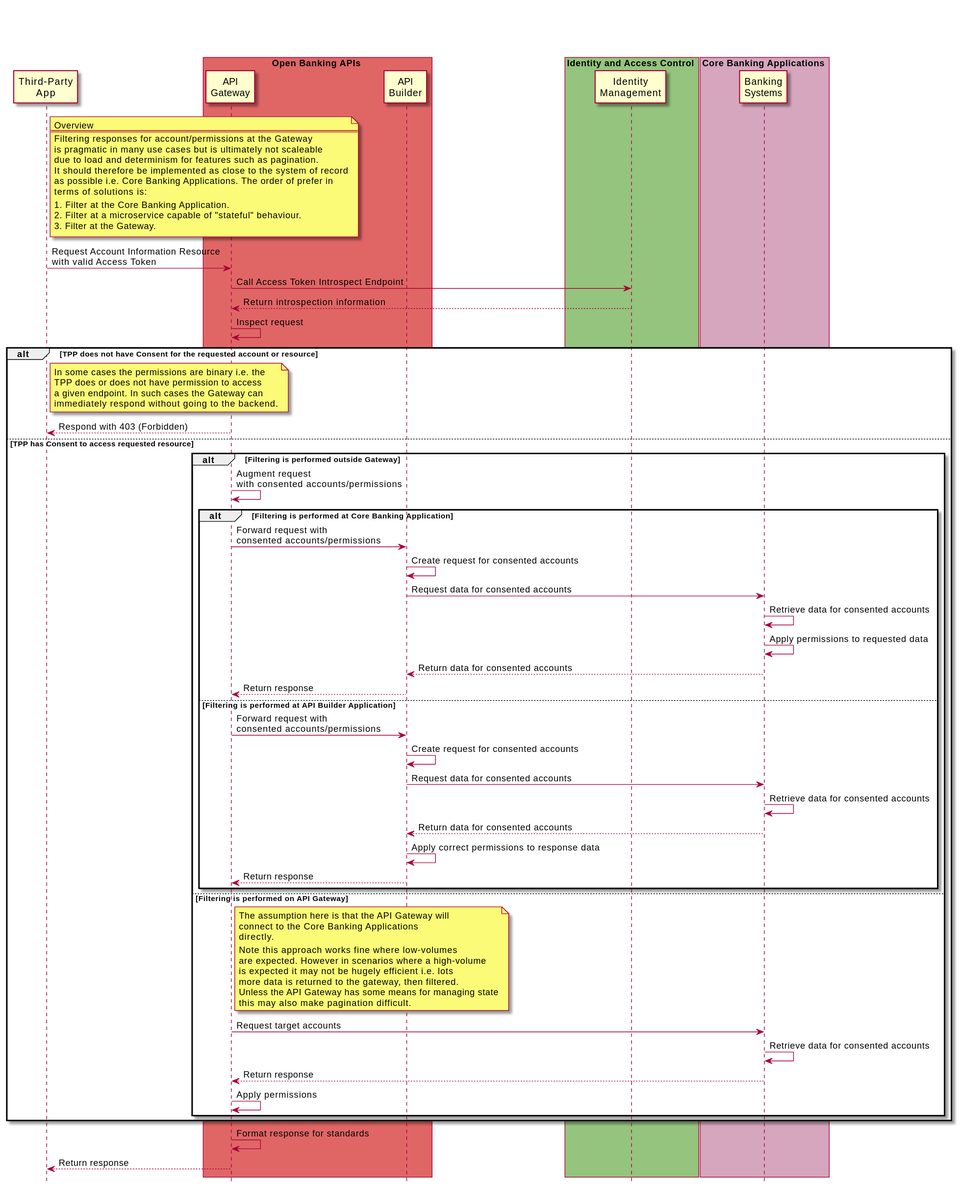
This is static/Images/Applying_Consent_Sequence.svg from Axway/open-banking-docs, a PlantUML export, as it was before one commit.
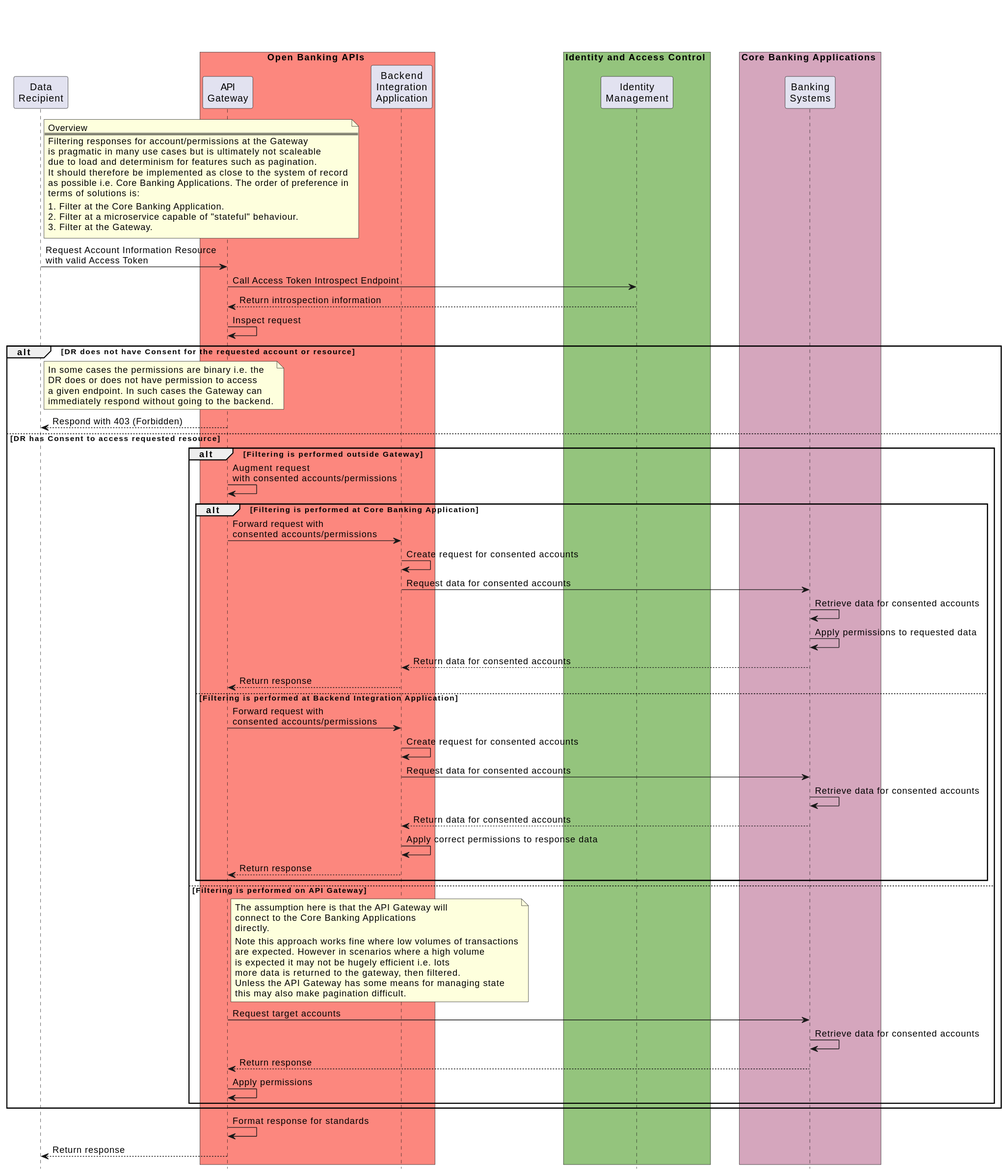
The same file after the commit.

Diff of the diagram source:
```diff
@@ -2,11 +2,11 @@
 
 title \n\n
 
-participant "Third-Party\nApp" as TPP
+participant "Data\nRecipient" as DR
 
-box Open Banking APIs #e06666
+box Open Banking APIs #fc877e
 participant "API\nGateway" as API_GATEWAY
-participant "API\nBuilder" as API_BUILDER
+participant "Backend\nIntegration\nApplication" as BIA
 end box
 
 box Identity and Access Control #94c47d
@@ -19,15 +19,16 @@
 
 hide footbox
 
+skinparam BoxPadding 20
 
-note right of TPP
+note right of DR
 Overview
 ===
 Filtering responses for account/permissions at the Gateway
 is pragmatic in many use cases but is ultimately not scaleable
 due to load and determinism for features such as pagination.
 It should therefore be implemented as close to the system of record
-as possible i.e. Core Banking Applications. The order of prefer in
+as possible i.e. Core Banking Applications. The order of preference in
 terms of solutions is:
 |||
 1. Filter at the Core Banking Application.
@@ -35,47 +36,47 @@
 3. Filter at the Gateway.
 end note
 
-TPP -> API_GATEWAY: Request Account Information Resource\nwith valid Access Token
+DR -> API_GATEWAY: Request Account Information Resource\nwith valid Access Token
 
 API_GATEWAY -> IAM: Call Access Token Introspect Endpoint
 API_GATEWAY <-- IAM: Return introspection information
 API_GATEWAY -> API_GATEWAY: Inspect request
 
-alt TPP does not have Consent for the requested account or resource
+alt DR does not have Consent for the requested account or resource
 
-note right of TPP
+note right of DR
 In some cases the permissions are binary i.e. the
-TPP does or does not have permission to access
+DR does or does not have permission to access
 a given endpoint. In such cases the Gateway can
 immediately respond without going to the backend.
 end note
 
-TPP <-- API_GATEWAY: Respond with 403 (Forbidden)
+DR <-- API_GATEWAY: Respond with 403 (Forbidden)
 
-else TPP has Consent to access requested resource
+else DR has Consent to access requested resource
 
 alt Filtering is performed outside Gateway
 API_GATEWAY -> API_GATEWAY: Augment request\nwith consented accounts/permissions
 
 alt Filtering is performed at Core Banking Application
 
-API_GATEWAY -> API_BUILDER: Forward request with\nconsented accounts/permissions
-API_BUILDER -> API_BUILDER: Create request for consented accounts
-API_BUILDER -> ASPSP_API: Request data for consented accounts
+API_GATEWAY -> BIA: Forward request with\nconsented accounts/permissions
+BIA -> BIA: Create request for consented accounts
+BIA -> ASPSP_API: Request data for consented accounts
 ASPSP_API -> ASPSP_API: Retrieve data for consented accounts
 ASPSP_API -> ASPSP_API: Apply permissions to requested data
-API_BUILDER <-- ASPSP_API: Return data for consented accounts
-API_GATEWAY <-- API_BUILDER: Return response
+BIA <-- ASPSP_API: Return data for consented accounts
+API_GATEWAY <-- BIA: Return response
 
-else Filtering is performed at API Builder Application
+else Filtering is performed at Backend Integration Application
 
-API_GATEWAY -> API_BUILDER: Forward request with\nconsented accounts/permissions
-API_BUILDER -> API_BUILDER: Create request for consented accounts
-API_BUILDER -> ASPSP_API: Request data for consented accounts
+API_GATEWAY -> BIA: Forward request with\nconsented accounts/permissions
+BIA -> BIA: Create request for consented accounts
+BIA -> ASPSP_API: Request data for consented accounts
 ASPSP_API -> ASPSP_API: Retrieve data for consented accounts
-API_BUILDER <-- ASPSP_API: Return data for consented accounts
-API_BUILDER -> API_BUILDER: Apply correct permissions to response data
-API_GATEWAY <-- API_BUILDER: Return response
+BIA <-- ASPSP_API: Return data for consented accounts
+BIA -> BIA: Apply correct permissions to response data
+API_GATEWAY <-- BIA: Return response
 
 end alt
 
@@ -86,8 +87,8 @@
 connect to the Core Banking Applications
 directly.
 |||
-Note this approach works fine where low-volumes
-are expected. However in scenarios where a high-volume
+Note this approach works fine where low volumes of transactions
+are expected. However in scenarios where a high volume
 is expected it may not be hugely efficient i.e. lots
 more data is returned to the gateway, then filtered.
 Unless the API Gateway has some means for managing state
@@ -103,6 +104,6 @@
 end alt
 
 API_GATEWAY -> API_GATEWAY: Format response for standards
-TPP <-- API_GATEWAY: Return response
+DR <-- API_GATEWAY: Return response
 
 @enduml
```
